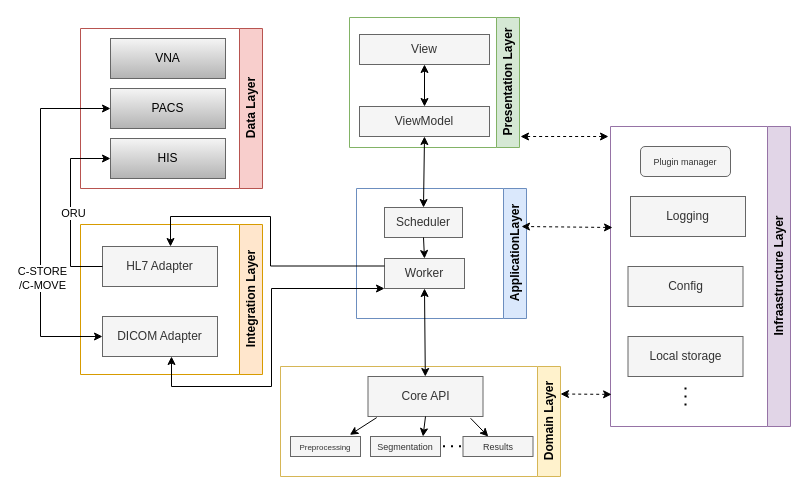
The draw.io diagram arch.drawio in crisMCh/Diagrams, before the edit. Source tidied: cells renumbered, new cells numbered last; positions are measured from the earlier drawing's top-left corner, leaving out a move shared by most shapes. Both pictures are drawn from the tidied source at 100%, with x=0, y=0 at pixel (40, 17).
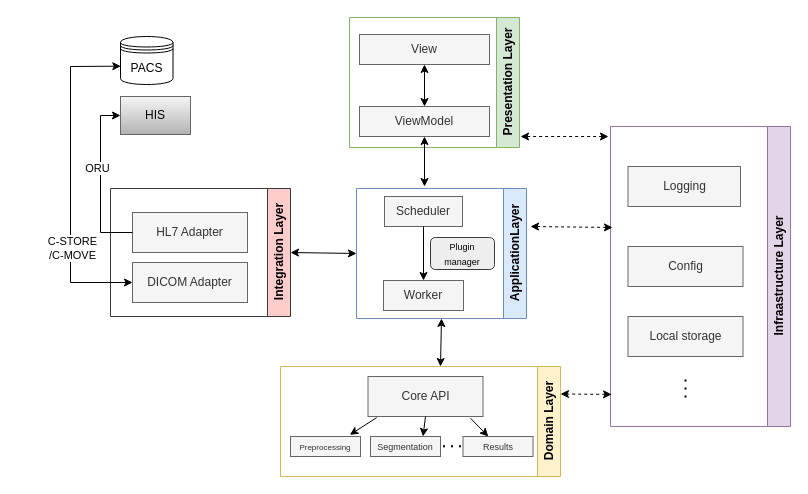
Above is the later version.

The change refers to these unchanged cells:
```xml
<mxCell id="2" value="ApplicationLayer" style="swimlane;horizontal=0;whiteSpace=wrap;html=1;direction=west;fillColor=#dae8fc;strokeColor=#6c8ebf;" parent="1" vertex="1">
  <mxGeometry x="316" y="171" width="170" height="130" as="geometry" />
</mxCell>
<mxCell id="8" value="ViewModel" style="rounded=0;whiteSpace=wrap;html=1;fillColor=#f5f5f5;strokeColor=#666666;fontColor=#333333;" parent="6" vertex="1">
  <mxGeometry x="10" y="89" width="130" height="30" as="geometry" />
</mxCell>
<mxCell id="11" value="Core API" style="rounded=0;whiteSpace=wrap;html=1;fillColor=#f5f5f5;strokeColor=#666666;fontColor=#333333;" parent="10" vertex="1">
  <mxGeometry x="87.5" y="10" width="115" height="40" as="geometry" />
</mxCell>
<mxCell id="22" value="Infraastructure Layer" style="swimlane;horizontal=0;whiteSpace=wrap;html=1;direction=west;fillColor=#e1d5e7;strokeColor=#9673a6;" parent="1" vertex="1">
  <mxGeometry x="570" y="109" width="180" height="300" as="geometry" />
</mxCell>
```

What changed in the source:
```diff
@@
     <mxCell id="3" value="Scheduler" style="rounded=0;whiteSpace=wrap;html=1;fillColor=#f5f5f5;strokeColor=#666666;fontColor=#333333;" parent="2" vertex="1">
-      <mxGeometry x="28" y="19" width="78" height="30" as="geometry" />
+      <mxGeometry x="28" y="8" width="78" height="30" as="geometry" />
     </mxCell>
     <mxCell id="4" value="Worker" style="rounded=0;whiteSpace=wrap;html=1;fillColor=#f5f5f5;strokeColor=#666666;fontColor=#333333;" parent="2" vertex="1">
-      <mxGeometry x="28" y="70" width="80" height="30" as="geometry" />
+      <mxGeometry x="27" y="92" width="80" height="30" as="geometry" />
     </mxCell>
@@
+    <mxCell id="26" value="&lt;font style=&quot;font-size: 9px;&quot;&gt;Plugin manager&lt;/font&gt;" style="rounded=1;whiteSpace=wrap;html=1;fillColor=#eeeeee;strokeColor=#36393d;" parent="2" vertex="1">
+      <mxGeometry x="74" y="49" width="64" height="32" as="geometry" />
+    </mxCell>
@@
-    <mxCell id="19" value="Integration Layer" style="swimlane;horizontal=0;whiteSpace=wrap;html=1;direction=west;fillColor=#ffe6cc;strokeColor=#d79b00;" parent="1" vertex="1">
-      <mxGeometry x="40" y="207" width="182" height="150" as="geometry" />
+    <mxCell id="19" value="Integration Layer" style="swimlane;horizontal=0;whiteSpace=wrap;html=1;direction=west;fillColor=#ffcccc;strokeColor=#36393d;" parent="1" vertex="1">
+      <mxGeometry x="70" y="171" width="180" height="128" as="geometry" />
     </mxCell>
     <mxCell id="20" value="HL7 Adapter" style="rounded=0;whiteSpace=wrap;html=1;fillColor=#f5f5f5;strokeColor=#666666;fontColor=#333333;" parent="19" vertex="1">
-      <mxGeometry x="22" y="22" width="115" height="40" as="geometry" />
+      <mxGeometry x="22" y="24" width="115" height="40" as="geometry" />
     </mxCell>
     <mxCell id="21" value="DICOM Adapter" style="rounded=0;whiteSpace=wrap;html=1;fillColor=#f5f5f5;strokeColor=#666666;fontColor=#333333;" parent="19" vertex="1">
-      <mxGeometry x="22" y="92" width="115" height="40" as="geometry" />
+      <mxGeometry x="22" y="74" width="115" height="40" as="geometry" />
     </mxCell>
@@
     <mxCell id="23" value="Logging" style="rounded=0;whiteSpace=wrap;html=1;fillColor=#f5f5f5;strokeColor=#666666;fontColor=#333333;" parent="22" vertex="1">
-      <mxGeometry x="20" y="70" width="115" height="40" as="geometry" />
+      <mxGeometry x="17.5" y="40" width="112.5" height="40" as="geometry" />
     </mxCell>
     <mxCell id="24" value="Config" style="rounded=0;whiteSpace=wrap;html=1;fillColor=#f5f5f5;strokeColor=#666666;fontColor=#333333;" parent="22" vertex="1">
-      <mxGeometry x="17.5" y="140" width="115" height="40" as="geometry" />
+      <mxGeometry x="17.5" y="120" width="115" height="40" as="geometry" />
     </mxCell>
     <mxCell id="25" value="Local storage" style="rounded=0;whiteSpace=wrap;html=1;fillColor=#f5f5f5;strokeColor=#666666;fontColor=#333333;" parent="22" vertex="1">
-      <mxGeometry x="17.5" y="210" width="115" height="40" as="geometry" />
+      <mxGeometry x="17.5" y="190" width="115" height="40" as="geometry" />
     </mxCell>
-    <mxCell id="26" value="&lt;font style=&quot;font-size: 9px;&quot;&gt;Plugin manager&lt;/font&gt;" style="rounded=1;whiteSpace=wrap;html=1;fillColor=#f5f5f5;strokeColor=#666666;fontColor=#333333;" parent="22" vertex="1">
-      <mxGeometry x="30" y="20" width="90" height="30" as="geometry" />
-    </mxCell>
     <mxCell id="27" style="endArrow=none;dashed=1;html=1;dashPattern=1 3;strokeWidth=2;rounded=0;" parent="22" edge="1">
       <mxGeometry relative="1" as="geometry">
-        <mxPoint x="75" y="261" as="sourcePoint" />
-        <mxPoint x="75" y="279" as="targetPoint" />
+        <mxPoint x="75" y="253" as="sourcePoint" />
+        <mxPoint x="75" y="271" as="targetPoint" />
       </mxGeometry>
     </mxCell>
-    <mxCell id="28" value="Data Layer" style="swimlane;horizontal=0;whiteSpace=wrap;html=1;direction=west;fillColor=#f8cecc;strokeColor=#b85450;" parent="1" vertex="1">
-      <mxGeometry x="40" y="11" width="182" height="160" as="geometry" />
-    </mxCell>
-    <mxCell id="29" value="VNA" style="rounded=0;whiteSpace=wrap;html=1;fillColor=#f5f5f5;strokeColor=#666666;gradientColor=#b3b3b3;" parent="28" vertex="1">
-      <mxGeometry x="30" y="10" width="115" height="40" as="geometry" />
-    </mxCell>
-    <mxCell id="30" value="HIS" style="rounded=0;whiteSpace=wrap;html=1;fillColor=#f5f5f5;strokeColor=#666666;gradientColor=#b3b3b3;" parent="28" vertex="1">
-      <mxGeometry x="30" y="110" width="115" height="40" as="geometry" />
-    </mxCell>
-    <mxCell id="31" value="PACS" style="rounded=0;whiteSpace=wrap;html=1;fillColor=#f5f5f5;strokeColor=#666666;gradientColor=#b3b3b3;" parent="28" vertex="1">
-      <mxGeometry x="30" y="60" width="115" height="40" as="geometry" />
-    </mxCell>
-    <mxCell id="32" style="endArrow=classic;startArrow=classic;html=1;rounded=0;entryX=0.5;entryY=1;entryDx=0;entryDy=0;exitX=0.5;exitY=0;exitDx=0;exitDy=0;" parent="1" edge="1" source="3" target="8">
-      <mxGeometry relative="1" as="geometry" />
+    <mxCell id="32" style="endArrow=classic;startArrow=classic;html=1;rounded=0;entryX=0.5;entryY=1;entryDx=0;entryDy=0;" parent="1" edge="1" target="8">
+      <mxGeometry relative="1" as="geometry">
+        <mxPoint x="384" y="169" as="sourcePoint" />
+      </mxGeometry>
     </mxCell>
-    <mxCell id="33" style="endArrow=classic;startArrow=classic;html=1;rounded=0;exitX=0.5;exitY=1;exitDx=0;exitDy=0;" parent="1" edge="1" source="4" target="11">
-      <mxGeometry relative="1" as="geometry" />
+    <mxCell id="33" style="endArrow=classic;startArrow=classic;html=1;rounded=0;exitX=0.5;exitY=0;exitDx=0;exitDy=0;" parent="1" edge="1" source="2">
+      <mxGeometry relative="1" as="geometry">
+        <mxPoint x="400" y="349" as="targetPoint" />
+      </mxGeometry>
     </mxCell>
@@
     <mxCell id="35" style="endArrow=classic;startArrow=classic;html=1;rounded=0;dashed=1;" parent="1" edge="1">
       <mxGeometry relative="1" as="geometry">
         <mxPoint x="572" y="210" as="sourcePoint" />
-        <mxPoint x="481" y="209" as="targetPoint" />
+        <mxPoint x="490" y="209" as="targetPoint" />
       </mxGeometry>
     </mxCell>
@@
-    <mxCell id="37" style="endArrow=classic;startArrow=classic;html=1;rounded=0;entryX=0;entryY=1;entryDx=0;entryDy=0;" parent="1" edge="1" target="4">
-      <mxGeometry relative="1" as="geometry">
-        <mxPoint x="131" y="339" as="sourcePoint" />
-        <Array as="points">
-          <mxPoint x="131" y="369" />
-          <mxPoint x="231" y="369" />
-          <mxPoint x="231" y="271" />
-        </Array>
-      </mxGeometry>
-    </mxCell>
-    <mxCell id="38" style="edgeStyle=orthogonalEdgeStyle;rounded=0;jettySize=auto;html=1;exitX=0;exitY=0.25;exitDx=0;exitDy=0;" parent="1" edge="1" source="4">
-      <mxGeometry relative="1" as="geometry">
-        <mxPoint x="130" y="229" as="targetPoint" />
-        <Array as="points">
-          <mxPoint x="230" y="248" />
-          <mxPoint x="230" y="199" />
-          <mxPoint x="130" y="199" />
-          <mxPoint x="130" y="228" />
-        </Array>
-      </mxGeometry>
-    </mxCell>
+    <mxCell id="41" style="endArrow=classic;startArrow=classic;html=1;rounded=0;entryX=0.006;entryY=0.618;entryDx=0;entryDy=0;exitX=0;exitY=0.5;exitDx=0;exitDy=0;entryPerimeter=0;" parent="1" edge="1" source="21" target="31">
+      <mxGeometry relative="1" as="geometry">
+        <Array as="points">
+          <mxPoint x="30" y="265" />
+          <mxPoint x="30" y="49" />
+        </Array>
+      </mxGeometry>
+    </mxCell>
+    <mxCell id="42" value="&lt;div&gt;C-STORE&lt;/div&gt;&lt;div&gt;/C-MOVE&lt;/div&gt;" style="edgeLabel;html=1;align=center;verticalAlign=middle;" parent="41" vertex="1">
+      <mxGeometry x="-0.33" y="-1" relative="1" as="geometry">
+        <mxPoint y="13" as="offset" />
+      </mxGeometry>
+    </mxCell>
+    <mxCell id="30" value="HIS" style="rounded=0;whiteSpace=wrap;html=1;fillColor=#f5f5f5;strokeColor=#666666;gradientColor=#b3b3b3;" parent="1" vertex="1">
+      <mxGeometry x="80" y="79" width="70" height="38" as="geometry" />
+    </mxCell>
+    <mxCell id="31" value="PACS" style="shape=datastore;whiteSpace=wrap;html=1;" parent="1" vertex="1">
+      <mxGeometry x="80" y="19" width="52.5" height="48" as="geometry" />
+    </mxCell>
     <mxCell id="39" style="edgeStyle=orthogonalEdgeStyle;rounded=0;jettySize=auto;html=1;exitX=0;exitY=0.5;exitDx=0;exitDy=0;entryX=0;entryY=0.5;entryDx=0;entryDy=0;" parent="1" edge="1" source="20" target="30">
       <mxGeometry relative="1" as="geometry">
         <Array as="points">
-          <mxPoint x="30" y="249" />
-          <mxPoint x="30" y="141" />
+          <mxPoint x="60" y="215" />
+          <mxPoint x="60" y="98" />
         </Array>
       </mxGeometry>
     </mxCell>
     <mxCell id="40" value="ORU" style="edgeLabel;html=1;align=center;verticalAlign=middle;" parent="39" vertex="1">
-      <mxGeometry x="-0.05" y="-2" relative="1" as="geometry" />
+      <mxGeometry x="0.15" y="4" relative="1" as="geometry" />
     </mxCell>
-    <mxCell id="41" style="endArrow=classic;startArrow=classic;html=1;rounded=0;entryX=0;entryY=0.5;entryDx=0;entryDy=0;exitX=0;exitY=0.5;exitDx=0;exitDy=0;" parent="1" edge="1" source="21" target="31">
-      <mxGeometry relative="1" as="geometry">
-        <Array as="points">
-          <mxPoint y="319" />
-          <mxPoint y="91" />
-        </Array>
-      </mxGeometry>
-    </mxCell>
-    <mxCell id="42" value="&lt;div&gt;C-STORE&lt;/div&gt;&lt;div&gt;/C-MOVE&lt;/div&gt;" style="edgeLabel;html=1;align=center;verticalAlign=middle;" parent="41" vertex="1">
-      <mxGeometry x="-0.33" y="-1" relative="1" as="geometry" />
-    </mxCell>
+    <mxCell id="43" style="endArrow=classic;startArrow=classic;html=1;rounded=0;entryX=1;entryY=0.5;entryDx=0;entryDy=0;exitX=0;exitY=0.5;exitDx=0;exitDy=0;" parent="1" edge="1" source="19" target="2">
+      <mxGeometry relative="1" as="geometry" />
+    </mxCell>
```
